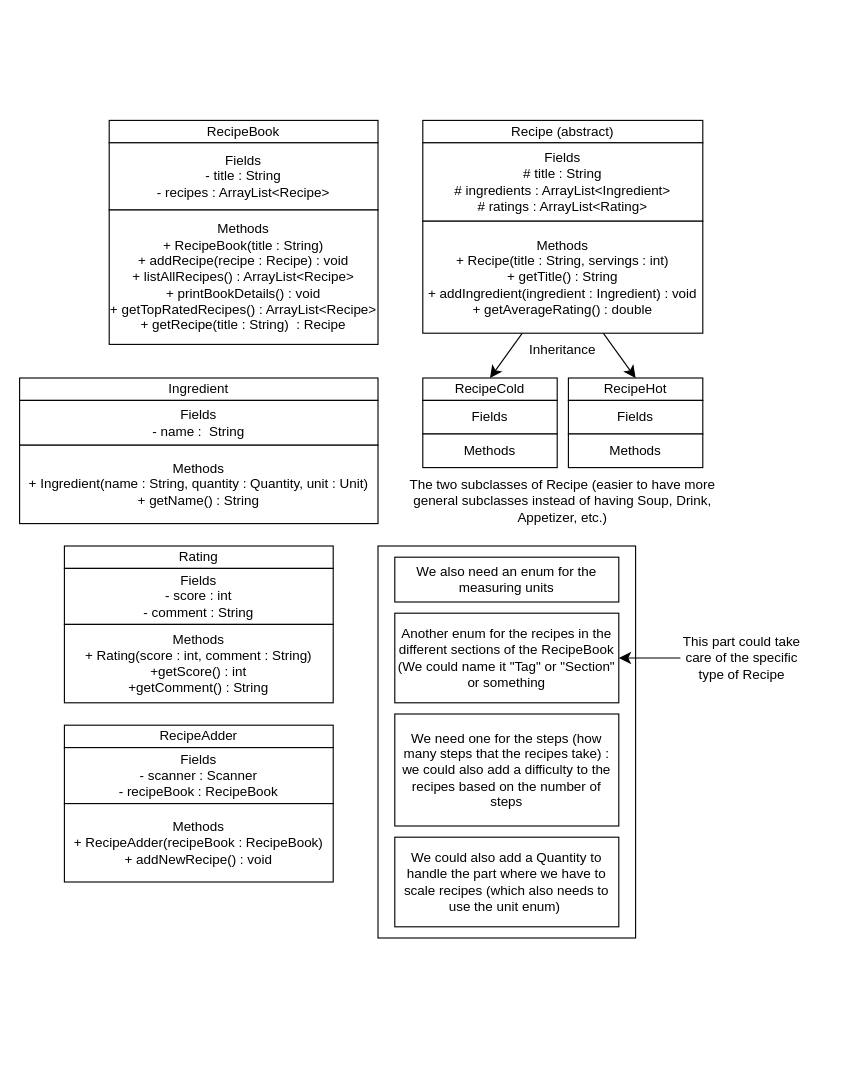
Earlier version of the draw.io diagram UML_LIA Part1.drawio (HTbuilderKid/Recipe_Book_Project). Source tidied: cells renumbered, new cells numbered last; positions are measured from the earlier drawing's top-left corner, leaving out a move shared by most shapes. Both pictures are drawn from the tidied source at 112%, with x=0, y=0 at pixel (19, 120).
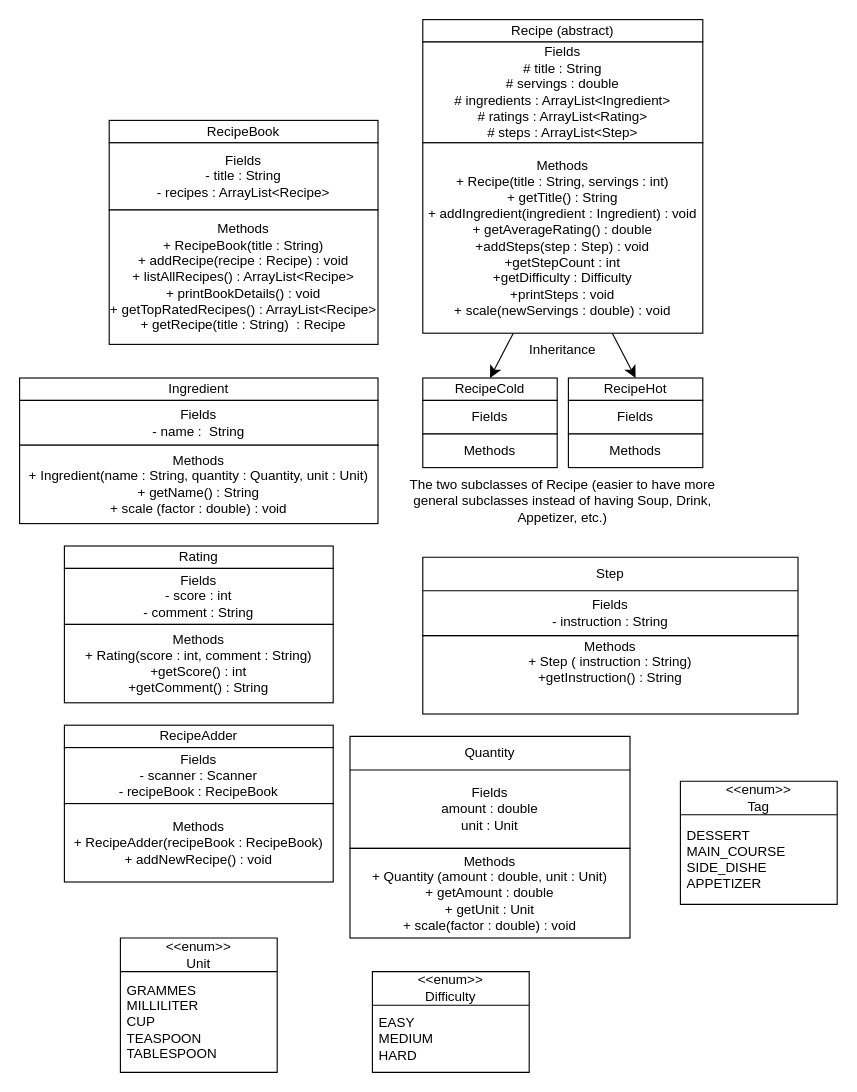
The same page after the edit.

Commit message:
Update UML_LIA Part1.v3.drawio

What changed in the source:
```diff
@@
-    <mxCell id="2" style="rounded=0;whiteSpace=wrap;html=1;" parent="1" vertex="1">
-      <mxGeometry x="320" y="380" width="230" height="350" as="geometry" />
-    </mxCell>
@@
     <mxCell id="6" value="Recipe (abstract)" style="rounded=0;whiteSpace=wrap;html=1;" parent="1" vertex="1">
-      <mxGeometry x="360" width="250" height="20" as="geometry" />
+      <mxGeometry x="360" y="-90" width="250" height="20" as="geometry" />
     </mxCell>
-    <mxCell id="7" value="Fields&lt;div&gt;# title : String&lt;/div&gt;&lt;div&gt;# ingredients : ArrayList&amp;lt;Ingredient&amp;gt;&lt;/div&gt;&lt;div&gt;# ratings : ArrayList&amp;lt;Rating&amp;gt;&lt;/div&gt;" style="rounded=0;whiteSpace=wrap;html=1;" parent="1" vertex="1">
-      <mxGeometry x="360" y="20" width="250" height="70" as="geometry" />
+    <mxCell id="7" value="Fields&lt;div&gt;# title : String&lt;/div&gt;&lt;div&gt;# servings : double&lt;/div&gt;&lt;div&gt;# ingredients : ArrayList&amp;lt;Ingredient&amp;gt;&lt;/div&gt;&lt;div&gt;# ratings : ArrayList&amp;lt;Rating&amp;gt;&lt;/div&gt;&lt;div&gt;# steps : ArrayList&amp;lt;Step&amp;gt;&lt;/div&gt;" style="rounded=0;whiteSpace=wrap;html=1;" parent="1" vertex="1">
+      <mxGeometry x="360" y="-70" width="250" height="90" as="geometry" />
     </mxCell>
@@
-    <mxCell id="10" value="&lt;div&gt;&lt;br&gt;&lt;/div&gt;Methods&lt;div&gt;+ Recipe(title : String, servings : int)&lt;/div&gt;&lt;div&gt;+ getTitle() : String&lt;/div&gt;&lt;div&gt;+ addIngredient(ingredient : Ingredient) : void&lt;/div&gt;&lt;div&gt;+ getAverageRating() : double&lt;/div&gt;&lt;div&gt;&lt;br&gt;&lt;/div&gt;" style="rounded=0;whiteSpace=wrap;html=1;" parent="1" vertex="1">
-      <mxGeometry x="360" y="90" width="250" height="100" as="geometry" />
+    <mxCell id="10" value="&lt;div&gt;&lt;br&gt;&lt;/div&gt;Methods&lt;div&gt;+ Recipe(title : String, servings : int)&lt;/div&gt;&lt;div&gt;+ getTitle() : String&lt;/div&gt;&lt;div&gt;+ addIngredient(ingredient : Ingredient) : void&lt;/div&gt;&lt;div&gt;+ getAverageRating() : double&lt;/div&gt;&lt;div&gt;+addSteps(step : Step) : void&lt;/div&gt;&lt;div&gt;+getStepCount : int&lt;/div&gt;&lt;div&gt;+getDifficulty : Difficulty&lt;/div&gt;&lt;div&gt;+printSteps : void&lt;/div&gt;&lt;div&gt;+ scale(newServings : double) : void&lt;/div&gt;&lt;div&gt;&lt;br&gt;&lt;/div&gt;" style="rounded=0;whiteSpace=wrap;html=1;" parent="1" vertex="1">
+      <mxGeometry x="360" y="20" width="250" height="170" as="geometry" />
     </mxCell>
@@
-    <mxCell id="13" value="&lt;div&gt;Methods&lt;/div&gt;+ Ingredient(name : String, quantity : Quantity, unit : Unit)&lt;div&gt;+ getName() : String&lt;/div&gt;" style="rounded=0;whiteSpace=wrap;html=1;" parent="1" vertex="1">
+    <mxCell id="13" value="&lt;div&gt;Methods&lt;/div&gt;+ Ingredient(name : String, quantity : Quantity, unit : Unit)&lt;div&gt;+ getName() : String&lt;/div&gt;&lt;div&gt;+ scale (factor : double) : void&lt;/div&gt;" style="rounded=0;whiteSpace=wrap;html=1;" parent="1" vertex="1">
       <mxGeometry y="290" width="320" height="70" as="geometry" />
     </mxCell>
@@
-    <mxCell id="27" value="Another enum for the recipes in the different sections of the RecipeBook (We could name it &quot;Tag&quot; or &quot;Section&quot; or something" style="rounded=0;whiteSpace=wrap;html=1;" parent="1" vertex="1">
-      <mxGeometry x="335" y="440" width="200" height="80" as="geometry" />
-    </mxCell>
-    <mxCell id="28" value="We also need an enum for the measuring units" style="rounded=0;whiteSpace=wrap;html=1;" parent="1" vertex="1">
-      <mxGeometry x="335" y="390" width="200" height="40" as="geometry" />
-    </mxCell>
-    <mxCell id="29" value="We need one for the steps (how many steps that the recipes take) : we could also add a difficulty to the recipes based on the number of steps" style="rounded=0;whiteSpace=wrap;html=1;" parent="1" vertex="1">
-      <mxGeometry x="335" y="530" width="200" height="100" as="geometry" />
-    </mxCell>
-    <mxCell id="30" value="We could also add a Quantity to handle the part where we have to scale recipes (which also needs to use the unit enum)&amp;nbsp;" style="rounded=0;whiteSpace=wrap;html=1;" parent="1" vertex="1">
-      <mxGeometry x="335" y="640" width="200" height="80" as="geometry" />
-    </mxCell>
@@
-    <mxCell id="32" style="edgeStyle=none;curved=1;rounded=0;jettySize=auto;html=1;entryX=1;entryY=0.5;entryDx=0;entryDy=0;fontSize=12;startSize=8;endSize=8;" parent="1" edge="1" source="33" target="27">
-      <mxGeometry relative="1" as="geometry" />
-    </mxCell>
-    <mxCell id="33" value="This part could take care of the specific type of Recipe" style="text;html=1;whiteSpace=wrap;strokeColor=none;fillColor=none;align=center;verticalAlign=middle;rounded=0;" parent="1" vertex="1">
-      <mxGeometry x="590" y="455" width="110" height="50" as="geometry" />
-    </mxCell>
+    <mxCell id="34" value="&amp;lt;&amp;lt;enum&amp;gt;&amp;gt;&lt;div&gt;Unit&lt;/div&gt;" style="swimlane;fontStyle=0;horizontal=1;startSize=30;whiteSpace=wrap;html=1;" parent="1" vertex="1">
+      <mxGeometry x="90" y="730" width="140" height="120" as="geometry" />
+    </mxCell>
+    <mxCell id="35" value="GRAMMES&lt;div&gt;MILLILITER&lt;/div&gt;&lt;div&gt;CUP&lt;/div&gt;&lt;div&gt;TEASPOON&lt;/div&gt;&lt;div&gt;TABLESPOON&lt;/div&gt;" style="text;strokeColor=none;fillColor=none;align=left;verticalAlign=middle;spacingLeft=4;spacingRight=4;overflow=hidden;whiteSpace=wrap;html=1;" parent="34" vertex="1">
+      <mxGeometry y="30" width="140" height="90" as="geometry" />
+    </mxCell>
+    <mxCell id="36" value="&amp;lt;&amp;lt;enum&amp;gt;&amp;gt;&lt;div&gt;Tag&lt;/div&gt;" style="swimlane;fontStyle=0;horizontal=1;startSize=30;whiteSpace=wrap;html=1;" parent="1" vertex="1">
+      <mxGeometry x="590" y="590" width="140" height="110" as="geometry" />
+    </mxCell>
+    <mxCell id="37" value="DESSERT&lt;div&gt;MAIN_COURSE&lt;/div&gt;&lt;div&gt;SIDE_DISHE&lt;/div&gt;&lt;div&gt;APPETIZER&lt;/div&gt;" style="text;strokeColor=none;fillColor=none;align=left;verticalAlign=middle;spacingLeft=4;spacingRight=4;overflow=hidden;whiteSpace=wrap;html=1;" parent="36" vertex="1">
+      <mxGeometry y="30" width="140" height="80" as="geometry" />
+    </mxCell>
+    <mxCell id="38" value="Step" style="swimlane;fontStyle=0;horizontal=1;startSize=30;whiteSpace=wrap;html=1;" parent="1" vertex="1">
+      <mxGeometry x="360" y="390" width="335" height="70" as="geometry" />
+    </mxCell>
+    <mxCell id="39" value="Fields&lt;div&gt;- instruction : String&lt;/div&gt;" style="text;strokeColor=none;fillColor=none;align=center;verticalAlign=middle;spacingLeft=4;spacingRight=4;overflow=hidden;whiteSpace=wrap;html=1;" parent="38" vertex="1">
+      <mxGeometry y="30" width="335" height="40" as="geometry" />
+    </mxCell>
+    <mxCell id="40" value="&amp;lt;&amp;lt;enum&amp;gt;&amp;gt;&lt;div&gt;Difficulty&lt;/div&gt;" style="swimlane;fontStyle=0;horizontal=1;startSize=30;whiteSpace=wrap;html=1;" parent="1" vertex="1">
+      <mxGeometry x="315" y="760" width="140" height="90" as="geometry" />
+    </mxCell>
+    <mxCell id="41" value="EASY&lt;div&gt;MEDIUM&lt;/div&gt;&lt;div&gt;HARD&lt;/div&gt;" style="text;strokeColor=none;fillColor=none;align=left;verticalAlign=middle;spacingLeft=4;spacingRight=4;overflow=hidden;whiteSpace=wrap;html=1;" parent="40" vertex="1">
+      <mxGeometry y="30" width="140" height="60" as="geometry" />
+    </mxCell>
+    <mxCell id="42" value="Quantity" style="swimlane;fontStyle=0;horizontal=1;startSize=30;whiteSpace=wrap;html=1;" parent="1" vertex="1">
+      <mxGeometry x="295" y="550" width="250" height="100" as="geometry" />
+    </mxCell>
+    <mxCell id="43" value="Fields&lt;div&gt;amount : double&lt;/div&gt;&lt;div&gt;unit : Unit&lt;/div&gt;" style="text;strokeColor=none;fillColor=none;align=center;verticalAlign=middle;spacingLeft=4;spacingRight=4;overflow=hidden;whiteSpace=wrap;html=1;" parent="42" vertex="1">
+      <mxGeometry y="30" width="250" height="70" as="geometry" />
+    </mxCell>
+    <mxCell id="44" value="Methods&lt;div&gt;+ Quantity (amount : double, unit : Unit)&lt;/div&gt;&lt;div&gt;+ getAmount : double&lt;/div&gt;&lt;div&gt;+ getUnit : Unit&lt;/div&gt;&lt;div&gt;+ scale(factor : double) : void&lt;/div&gt;" style="text;strokeColor=default;fillColor=none;align=center;verticalAlign=middle;spacingLeft=4;spacingRight=4;overflow=hidden;whiteSpace=wrap;html=1;" parent="1" vertex="1">
+      <mxGeometry x="295" y="650" width="250" height="80" as="geometry" />
+    </mxCell>
+    <mxCell id="45" value="Methods&lt;div&gt;+ Step ( instruction : String)&lt;/div&gt;&lt;div&gt;+getInstruction() : String&lt;/div&gt;&lt;div&gt;&lt;br&gt;&lt;/div&gt;&lt;div&gt;&lt;br&gt;&lt;/div&gt;" style="text;strokeColor=default;fillColor=none;align=center;verticalAlign=middle;spacingLeft=4;spacingRight=4;overflow=hidden;whiteSpace=wrap;html=1;" parent="1" vertex="1">
+      <mxGeometry x="360" y="460" width="335" height="70" as="geometry" />
+    </mxCell>
```
